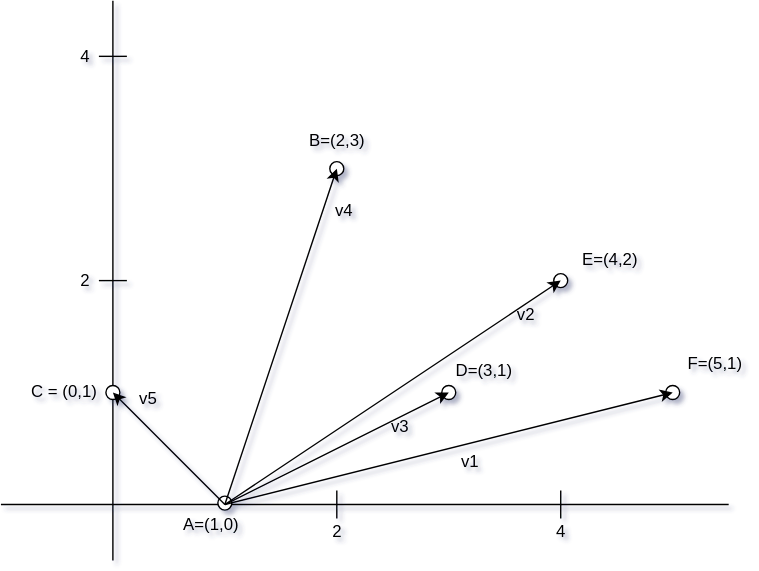
This is ch3/exercises/resources/question10.svg from BracketMaster/learn-haskell, a draw.io export, as it was before one commit. Source tidied: cells renumbered, new cells last; positions are measured from the earlier drawing's top-left corner, leaving out a move shared by most shapes. Its diagram source:
```xml
<mxGraphModel>
  <root>
    <mxCell id="0" />
    <mxCell id="1" parent="0" />
    <mxCell id="2" style="endArrow=none;html=1;" parent="1" edge="1">
      <mxGeometry relative="1" as="geometry">
        <mxPoint y="360" as="sourcePoint" />
        <mxPoint x="520" y="360" as="targetPoint" />
      </mxGeometry>
    </mxCell>
    <mxCell id="3" style="endArrow=none;html=1;" parent="1" edge="1" source="27">
      <mxGeometry x="199" y="120" as="geometry">
        <mxPoint x="80" as="targetPoint" />
      </mxGeometry>
    </mxCell>
    <mxCell id="4" value="C = (0,1)" style="text;html=1;align=center;verticalAlign=middle;" parent="1" vertex="1">
      <mxGeometry x="15" y="270" width="60" height="20" as="geometry" />
    </mxCell>
    <mxCell id="5" style="ellipse;whiteSpace=wrap;html=1;" parent="1" vertex="1">
      <mxGeometry x="155" y="354" width="10" height="10" as="geometry" />
    </mxCell>
    <mxCell id="6" value="A=(1,0)" style="text;html=1;align=center;verticalAlign=middle;" parent="1" vertex="1">
      <mxGeometry x="120" y="365" width="60" height="20" as="geometry" />
    </mxCell>
    <mxCell id="7" style="endArrow=none;html=1;" parent="1" edge="1">
      <mxGeometry relative="1" as="geometry">
        <mxPoint x="240" y="370" as="sourcePoint" />
        <mxPoint x="240" y="350" as="targetPoint" />
      </mxGeometry>
    </mxCell>
    <mxCell id="8" style="endArrow=none;html=1;" parent="1" edge="1">
      <mxGeometry relative="1" as="geometry">
        <mxPoint x="400" y="370" as="sourcePoint" />
        <mxPoint x="400" y="350" as="targetPoint" />
      </mxGeometry>
    </mxCell>
    <mxCell id="9" value="2" style="text;html=1;align=center;verticalAlign=middle;" parent="1" vertex="1">
      <mxGeometry x="230" y="370" width="20" height="20" as="geometry" />
    </mxCell>
    <mxCell id="10" value="4" style="text;html=1;align=center;verticalAlign=middle;" parent="1" vertex="1">
      <mxGeometry x="390" y="370" width="20" height="20" as="geometry" />
    </mxCell>
    <mxCell id="11" style="endArrow=none;html=1;" parent="1" edge="1">
      <mxGeometry relative="1" as="geometry">
        <mxPoint x="90" y="200" as="sourcePoint" />
        <mxPoint x="70" y="200" as="targetPoint" />
      </mxGeometry>
    </mxCell>
    <mxCell id="12" style="endArrow=none;html=1;" parent="1" edge="1">
      <mxGeometry relative="1" as="geometry">
        <mxPoint x="90" y="39.8" as="sourcePoint" />
        <mxPoint x="70" y="39.8" as="targetPoint" />
      </mxGeometry>
    </mxCell>
    <mxCell id="13" value="2" style="text;html=1;align=center;verticalAlign=middle;" parent="1" vertex="1">
      <mxGeometry x="50" y="190" width="20" height="20" as="geometry" />
    </mxCell>
    <mxCell id="14" value="4" style="text;html=1;align=center;verticalAlign=middle;points=[];" parent="1" vertex="1">
      <mxGeometry x="50" y="30" width="20" height="20" as="geometry" />
    </mxCell>
    <mxCell id="15" style="ellipse;whiteSpace=wrap;html=1;" parent="1" vertex="1">
      <mxGeometry x="235" y="115" width="10" height="10" as="geometry" />
    </mxCell>
    <mxCell id="16" value="B=(2,3)" style="text;html=1;align=center;verticalAlign=middle;" parent="1" vertex="1">
      <mxGeometry x="210" y="90" width="60" height="20" as="geometry" />
    </mxCell>
    <mxCell id="17" style="ellipse;whiteSpace=wrap;html=1;" parent="1" vertex="1">
      <mxGeometry x="315" y="275" width="10" height="10" as="geometry" />
    </mxCell>
    <mxCell id="18" value="D=(3,1)" style="text;html=1;align=center;verticalAlign=middle;" parent="1" vertex="1">
      <mxGeometry x="315" y="255" width="60" height="20" as="geometry" />
    </mxCell>
    <mxCell id="19" style="ellipse;whiteSpace=wrap;html=1;" parent="1" vertex="1">
      <mxGeometry x="395" y="195" width="10" height="10" as="geometry" />
    </mxCell>
    <mxCell id="20" value="E=(4,2)" style="text;html=1;align=center;verticalAlign=middle;" parent="1" vertex="1">
      <mxGeometry x="405" y="175" width="60" height="20" as="geometry" />
    </mxCell>
    <mxCell id="21" style="ellipse;whiteSpace=wrap;html=1;" parent="1" vertex="1">
      <mxGeometry x="475" y="275" width="10" height="10" as="geometry" />
    </mxCell>
    <mxCell id="22" value="F=(5,1)" style="text;html=1;align=center;verticalAlign=middle;" parent="1" vertex="1">
      <mxGeometry x="485" y="250" width="50" height="20" as="geometry" />
    </mxCell>
    <mxCell id="23" style="endArrow=classic;html=1;" parent="1" edge="1">
      <mxGeometry relative="1" as="geometry">
        <mxPoint x="160" y="360" as="sourcePoint" />
        <mxPoint x="480" y="280" as="targetPoint" />
      </mxGeometry>
    </mxCell>
    <mxCell id="24" style="endArrow=classic;html=1;" parent="1" edge="1">
      <mxGeometry relative="1" as="geometry">
        <mxPoint x="160" y="360" as="sourcePoint" />
        <mxPoint x="400" y="200" as="targetPoint" />
      </mxGeometry>
    </mxCell>
    <mxCell id="25" style="endArrow=classic;html=1;" parent="1" edge="1">
      <mxGeometry relative="1" as="geometry">
        <mxPoint x="160" y="360" as="sourcePoint" />
        <mxPoint x="320" y="280" as="targetPoint" />
      </mxGeometry>
    </mxCell>
    <mxCell id="26" style="endArrow=classic;html=1;" parent="1" edge="1">
      <mxGeometry relative="1" as="geometry">
        <mxPoint x="160" y="360" as="sourcePoint" />
        <mxPoint x="240" y="120" as="targetPoint" />
      </mxGeometry>
    </mxCell>
    <mxCell id="27" style="ellipse;whiteSpace=wrap;html=1;" parent="1" vertex="1">
      <mxGeometry x="75" y="275" width="10" height="10" as="geometry" />
    </mxCell>
    <mxCell id="28" style="endArrow=none;html=1;" parent="1" edge="1" target="27">
      <mxGeometry x="199" y="120" as="geometry">
        <mxPoint x="80" y="400" as="sourcePoint" />
      </mxGeometry>
    </mxCell>
    <mxCell id="29" style="endArrow=classic;html=1;" parent="1" edge="1">
      <mxGeometry relative="1" as="geometry">
        <mxPoint x="160" y="360" as="sourcePoint" />
        <mxPoint x="80" y="280" as="targetPoint" />
      </mxGeometry>
    </mxCell>
    <mxCell id="30" value="v1" style="text;html=1;align=center;verticalAlign=middle;" parent="1" vertex="1">
      <mxGeometry x="320" y="320" width="30" height="20" as="geometry" />
    </mxCell>
    <mxCell id="31" value="v2" style="text;html=1;align=center;verticalAlign=middle;" parent="1" vertex="1">
      <mxGeometry x="360" y="215" width="30" height="20" as="geometry" />
    </mxCell>
    <mxCell id="32" value="v3" style="text;html=1;align=center;verticalAlign=middle;" parent="1" vertex="1">
      <mxGeometry x="270" y="295" width="30" height="20" as="geometry" />
    </mxCell>
    <mxCell id="33" value="v4" style="text;html=1;align=center;verticalAlign=middle;" parent="1" vertex="1">
      <mxGeometry x="230" y="140" width="30" height="20" as="geometry" />
    </mxCell>
    <mxCell id="34" value="v5" style="text;html=1;align=center;verticalAlign=middle;" parent="1" vertex="1">
      <mxGeometry x="90" y="275" width="30" height="20" as="geometry" />
    </mxCell>
  </root>
</mxGraphModel>
```
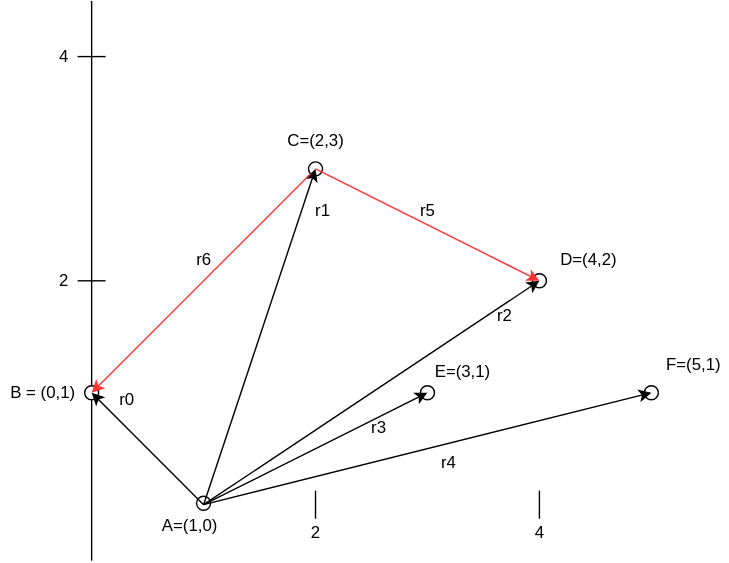
Above is the later version.

Commit message:
update exported diagram to match code

Diff of the diagram source:
```diff
@@ -2,138 +2,149 @@
   <root>
     <mxCell id="0" />
     <mxCell id="1" parent="0" />
-    <mxCell id="2" style="endArrow=none;html=1;" parent="1" edge="1">
-      <mxGeometry relative="1" as="geometry">
-        <mxPoint y="360" as="sourcePoint" />
-        <mxPoint x="520" y="360" as="targetPoint" />
+    <mxCell id="2" style="endArrow=none;html=1;" parent="1" edge="1" source="26">
+      <mxGeometry x="199" y="120" as="geometry">
+        <mxPoint x="80" as="targetPoint" />
       </mxGeometry>
     </mxCell>
-    <mxCell id="3" style="endArrow=none;html=1;" parent="1" edge="1" source="27">
-      <mxGeometry x="199" y="120" as="geometry">
-        <mxPoint x="80" as="targetPoint" />
-      </mxGeometry>
+    <mxCell id="3" value="B = (0,1)" style="text;html=1;align=center;verticalAlign=middle;" parent="1" vertex="1">
+      <mxGeometry x="15" y="270" width="60" height="20" as="geometry" />
     </mxCell>
-    <mxCell id="4" value="C = (0,1)" style="text;html=1;align=center;verticalAlign=middle;" parent="1" vertex="1">
-      <mxGeometry x="15" y="270" width="60" height="20" as="geometry" />
+    <mxCell id="4" style="ellipse;whiteSpace=wrap;html=1;" parent="1" vertex="1">
+      <mxGeometry x="155" y="354" width="10" height="10" as="geometry" />
     </mxCell>
-    <mxCell id="5" style="ellipse;whiteSpace=wrap;html=1;" parent="1" vertex="1">
-      <mxGeometry x="155" y="354" width="10" height="10" as="geometry" />
+    <mxCell id="5" value="A=(1,0)" style="text;html=1;align=center;verticalAlign=middle;" parent="1" vertex="1">
+      <mxGeometry x="120" y="365" width="60" height="20" as="geometry" />
     </mxCell>
-    <mxCell id="6" value="A=(1,0)" style="text;html=1;align=center;verticalAlign=middle;" parent="1" vertex="1">
-      <mxGeometry x="120" y="365" width="60" height="20" as="geometry" />
+    <mxCell id="6" style="endArrow=none;html=1;" parent="1" edge="1">
+      <mxGeometry relative="1" as="geometry">
+        <mxPoint x="240" y="370" as="sourcePoint" />
+        <mxPoint x="240" y="350" as="targetPoint" />
+      </mxGeometry>
     </mxCell>
     <mxCell id="7" style="endArrow=none;html=1;" parent="1" edge="1">
       <mxGeometry relative="1" as="geometry">
-        <mxPoint x="240" y="370" as="sourcePoint" />
-        <mxPoint x="240" y="350" as="targetPoint" />
+        <mxPoint x="400" y="370" as="sourcePoint" />
+        <mxPoint x="400" y="350" as="targetPoint" />
       </mxGeometry>
     </mxCell>
-    <mxCell id="8" style="endArrow=none;html=1;" parent="1" edge="1">
-      <mxGeometry relative="1" as="geometry">
-        <mxPoint x="400" y="370" as="sourcePoint" />
-        <mxPoint x="400" y="350" as="targetPoint" />
-      </mxGeometry>
+    <mxCell id="8" value="2" style="text;html=1;align=center;verticalAlign=middle;" parent="1" vertex="1">
+      <mxGeometry x="230" y="370" width="20" height="20" as="geometry" />
     </mxCell>
-    <mxCell id="9" value="2" style="text;html=1;align=center;verticalAlign=middle;" parent="1" vertex="1">
-      <mxGeometry x="230" y="370" width="20" height="20" as="geometry" />
+    <mxCell id="9" value="4" style="text;html=1;align=center;verticalAlign=middle;" parent="1" vertex="1">
+      <mxGeometry x="390" y="370" width="20" height="20" as="geometry" />
     </mxCell>
-    <mxCell id="10" value="4" style="text;html=1;align=center;verticalAlign=middle;" parent="1" vertex="1">
-      <mxGeometry x="390" y="370" width="20" height="20" as="geometry" />
+    <mxCell id="10" style="endArrow=none;html=1;" parent="1" edge="1">
+      <mxGeometry relative="1" as="geometry">
+        <mxPoint x="90" y="200" as="sourcePoint" />
+        <mxPoint x="70" y="200" as="targetPoint" />
+      </mxGeometry>
     </mxCell>
     <mxCell id="11" style="endArrow=none;html=1;" parent="1" edge="1">
       <mxGeometry relative="1" as="geometry">
-        <mxPoint x="90" y="200" as="sourcePoint" />
-        <mxPoint x="70" y="200" as="targetPoint" />
+        <mxPoint x="90" y="39.8" as="sourcePoint" />
+        <mxPoint x="70" y="39.8" as="targetPoint" />
       </mxGeometry>
     </mxCell>
-    <mxCell id="12" style="endArrow=none;html=1;" parent="1" edge="1">
-      <mxGeometry relative="1" as="geometry">
-        <mxPoint x="90" y="39.8" as="sourcePoint" />
-        <mxPoint x="70" y="39.8" as="targetPoint" />
-      </mxGeometry>
+    <mxCell id="12" value="2" style="text;html=1;align=center;verticalAlign=middle;" parent="1" vertex="1">
+      <mxGeometry x="50" y="190" width="20" height="20" as="geometry" />
     </mxCell>
-    <mxCell id="13" value="2" style="text;html=1;align=center;verticalAlign=middle;" parent="1" vertex="1">
-      <mxGeometry x="50" y="190" width="20" height="20" as="geometry" />
+    <mxCell id="13" value="4" style="text;html=1;align=center;verticalAlign=middle;" parent="1" vertex="1">
+      <mxGeometry x="50" y="30" width="20" height="20" as="geometry" />
     </mxCell>
-    <mxCell id="14" value="4" style="text;html=1;align=center;verticalAlign=middle;points=[];" parent="1" vertex="1">
-      <mxGeometry x="50" y="30" width="20" height="20" as="geometry" />
+    <mxCell id="14" style="ellipse;whiteSpace=wrap;html=1;" parent="1" vertex="1">
+      <mxGeometry x="235" y="115" width="10" height="10" as="geometry" />
     </mxCell>
-    <mxCell id="15" style="ellipse;whiteSpace=wrap;html=1;" parent="1" vertex="1">
-      <mxGeometry x="235" y="115" width="10" height="10" as="geometry" />
+    <mxCell id="15" value="C=(2,3)" style="text;html=1;align=center;verticalAlign=middle;" parent="1" vertex="1">
+      <mxGeometry x="210" y="90" width="60" height="20" as="geometry" />
     </mxCell>
-    <mxCell id="16" value="B=(2,3)" style="text;html=1;align=center;verticalAlign=middle;" parent="1" vertex="1">
-      <mxGeometry x="210" y="90" width="60" height="20" as="geometry" />
+    <mxCell id="16" style="ellipse;whiteSpace=wrap;html=1;" parent="1" vertex="1">
+      <mxGeometry x="315" y="275" width="10" height="10" as="geometry" />
     </mxCell>
-    <mxCell id="17" style="ellipse;whiteSpace=wrap;html=1;" parent="1" vertex="1">
-      <mxGeometry x="315" y="275" width="10" height="10" as="geometry" />
+    <mxCell id="17" value="E=(3,1)" style="text;html=1;align=center;verticalAlign=middle;" parent="1" vertex="1">
+      <mxGeometry x="315" y="255" width="60" height="20" as="geometry" />
     </mxCell>
-    <mxCell id="18" value="D=(3,1)" style="text;html=1;align=center;verticalAlign=middle;" parent="1" vertex="1">
-      <mxGeometry x="315" y="255" width="60" height="20" as="geometry" />
+    <mxCell id="18" style="ellipse;whiteSpace=wrap;html=1;" parent="1" vertex="1">
+      <mxGeometry x="395" y="195" width="10" height="10" as="geometry" />
     </mxCell>
-    <mxCell id="19" style="ellipse;whiteSpace=wrap;html=1;" parent="1" vertex="1">
-      <mxGeometry x="395" y="195" width="10" height="10" as="geometry" />
+    <mxCell id="19" value="D=(4,2)" style="text;html=1;align=center;verticalAlign=middle;" parent="1" vertex="1">
+      <mxGeometry x="405" y="175" width="60" height="20" as="geometry" />
     </mxCell>
-    <mxCell id="20" value="E=(4,2)" style="text;html=1;align=center;verticalAlign=middle;" parent="1" vertex="1">
-      <mxGeometry x="405" y="175" width="60" height="20" as="geometry" />
+    <mxCell id="20" style="ellipse;whiteSpace=wrap;html=1;" parent="1" vertex="1">
+      <mxGeometry x="475" y="275" width="10" height="10" as="geometry" />
     </mxCell>
-    <mxCell id="21" style="ellipse;whiteSpace=wrap;html=1;" parent="1" vertex="1">
-      <mxGeometry x="475" y="275" width="10" height="10" as="geometry" />
+    <mxCell id="21" value="F=(5,1)" style="text;html=1;align=center;verticalAlign=middle;" parent="1" vertex="1">
+      <mxGeometry x="485" y="250" width="50" height="20" as="geometry" />
     </mxCell>
-    <mxCell id="22" value="F=(5,1)" style="text;html=1;align=center;verticalAlign=middle;" parent="1" vertex="1">
-      <mxGeometry x="485" y="250" width="50" height="20" as="geometry" />
+    <mxCell id="22" style="endArrow=classic;html=1;" parent="1" edge="1">
+      <mxGeometry relative="1" as="geometry">
+        <mxPoint x="160" y="360" as="sourcePoint" />
+        <mxPoint x="480" y="280" as="targetPoint" />
+      </mxGeometry>
     </mxCell>
     <mxCell id="23" style="endArrow=classic;html=1;" parent="1" edge="1">
       <mxGeometry relative="1" as="geometry">
         <mxPoint x="160" y="360" as="sourcePoint" />
-        <mxPoint x="480" y="280" as="targetPoint" />
+        <mxPoint x="400" y="200" as="targetPoint" />
       </mxGeometry>
     </mxCell>
     <mxCell id="24" style="endArrow=classic;html=1;" parent="1" edge="1">
       <mxGeometry relative="1" as="geometry">
         <mxPoint x="160" y="360" as="sourcePoint" />
-        <mxPoint x="400" y="200" as="targetPoint" />
+        <mxPoint x="320" y="280" as="targetPoint" />
       </mxGeometry>
     </mxCell>
     <mxCell id="25" style="endArrow=classic;html=1;" parent="1" edge="1">
       <mxGeometry relative="1" as="geometry">
         <mxPoint x="160" y="360" as="sourcePoint" />
-        <mxPoint x="320" y="280" as="targetPoint" />
+        <mxPoint x="240" y="120" as="targetPoint" />
       </mxGeometry>
     </mxCell>
-    <mxCell id="26" style="endArrow=classic;html=1;" parent="1" edge="1">
-      <mxGeometry relative="1" as="geometry">
-        <mxPoint x="160" y="360" as="sourcePoint" />
-        <mxPoint x="240" y="120" as="targetPoint" />
-      </mxGeometry>
+    <mxCell id="26" style="ellipse;whiteSpace=wrap;html=1;" parent="1" vertex="1">
+      <mxGeometry x="75" y="275" width="10" height="10" as="geometry" />
     </mxCell>
-    <mxCell id="27" style="ellipse;whiteSpace=wrap;html=1;" parent="1" vertex="1">
-      <mxGeometry x="75" y="275" width="10" height="10" as="geometry" />
+    <mxCell id="27" style="endArrow=none;html=1;" parent="1" edge="1" target="26">
+      <mxGeometry x="199" y="120" as="geometry">
+        <mxPoint x="80" y="400" as="sourcePoint" />
+      </mxGeometry>
     </mxCell>
-    <mxCell id="28" style="endArrow=none;html=1;" parent="1" edge="1" target="27">
-      <mxGeometry x="199" y="120" as="geometry">
-        <mxPoint x="80" y="400" as="sourcePoint" />
+    <mxCell id="28" style="endArrow=classic;html=1;" parent="1" edge="1">
+      <mxGeometry relative="1" as="geometry">
+        <mxPoint x="160" y="360" as="sourcePoint" />
+        <mxPoint x="80" y="280" as="targetPoint" />
       </mxGeometry>
     </mxCell>
-    <mxCell id="29" style="endArrow=classic;html=1;" parent="1" edge="1">
-      <mxGeometry relative="1" as="geometry">
-        <mxPoint x="160" y="360" as="sourcePoint" />
-        <mxPoint x="80" y="280" as="targetPoint" />
-      </mxGeometry>
+    <mxCell id="29" value="r4" style="text;html=1;align=center;verticalAlign=middle;" parent="1" vertex="1">
+      <mxGeometry x="320" y="320" width="30" height="20" as="geometry" />
     </mxCell>
-    <mxCell id="30" value="v1" style="text;html=1;align=center;verticalAlign=middle;" parent="1" vertex="1">
-      <mxGeometry x="320" y="320" width="30" height="20" as="geometry" />
+    <mxCell id="30" value="r2" style="text;html=1;align=center;verticalAlign=middle;" parent="1" vertex="1">
+      <mxGeometry x="360" y="215" width="30" height="20" as="geometry" />
     </mxCell>
-    <mxCell id="31" value="v2" style="text;html=1;align=center;verticalAlign=middle;" parent="1" vertex="1">
-      <mxGeometry x="360" y="215" width="30" height="20" as="geometry" />
+    <mxCell id="31" value="r3" style="text;html=1;align=center;verticalAlign=middle;" parent="1" vertex="1">
+      <mxGeometry x="270" y="295" width="30" height="20" as="geometry" />
     </mxCell>
-    <mxCell id="32" value="v3" style="text;html=1;align=center;verticalAlign=middle;" parent="1" vertex="1">
-      <mxGeometry x="270" y="295" width="30" height="20" as="geometry" />
+    <mxCell id="32" value="r1" style="text;html=1;align=center;verticalAlign=middle;" parent="1" vertex="1">
+      <mxGeometry x="230" y="140" width="30" height="20" as="geometry" />
     </mxCell>
-    <mxCell id="33" value="v4" style="text;html=1;align=center;verticalAlign=middle;" parent="1" vertex="1">
-      <mxGeometry x="230" y="140" width="30" height="20" as="geometry" />
+    <mxCell id="33" value="r0" style="text;html=1;align=center;verticalAlign=middle;" parent="1" vertex="1">
+      <mxGeometry x="90" y="275" width="30" height="20" as="geometry" />
     </mxCell>
-    <mxCell id="34" value="v5" style="text;html=1;align=center;verticalAlign=middle;" parent="1" vertex="1">
-      <mxGeometry x="90" y="275" width="30" height="20" as="geometry" />
+    <mxCell id="34" style="endArrow=classic;html=1;strokeColor=#FF3333;" parent="1" edge="1">
+      <mxGeometry relative="1" as="geometry">
+        <mxPoint x="240" y="120" as="sourcePoint" />
+        <mxPoint x="400" y="200" as="targetPoint" />
+      </mxGeometry>
     </mxCell>
+    <mxCell id="35" value="r5" style="text;html=1;align=center;verticalAlign=middle;" parent="1" vertex="1">
+      <mxGeometry x="305" y="140" width="30" height="20" as="geometry" />
+    </mxCell>
+    <mxCell id="36" style="endArrow=classic;html=1;strokeColor=#FF3333;" parent="1" edge="1" source="14">
+      <mxGeometry relative="1" as="geometry">
+        <mxPoint x="80" y="280" as="targetPoint" />
+      </mxGeometry>
+    </mxCell>
+    <mxCell id="37" value="r6" style="text;html=1;align=center;verticalAlign=middle;" parent="1" vertex="1">
+      <mxGeometry x="145" y="175" width="30" height="20" as="geometry" />
+    </mxCell>
   </root>
 </mxGraphModel>
```
